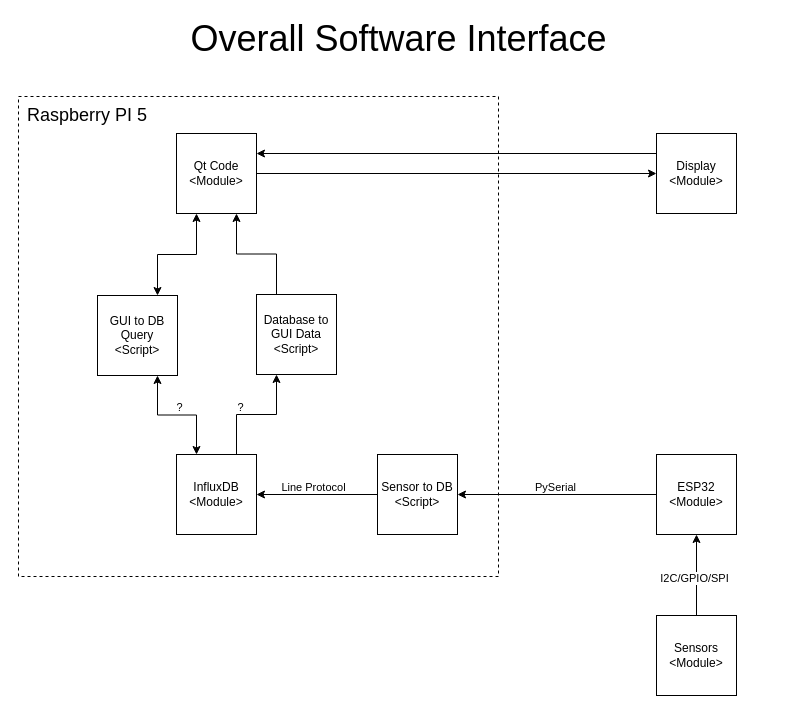
Above: diagrams/Overall_Software_Interface.drawio in martintara/kaffeknekt (draw.io), before the change. Source tidied: cells renumbered, new cells numbered last; positions are measured from the earlier drawing's top-left corner, leaving out a move shared by most shapes. Both pictures are drawn from the tidied source at 100%, with x=0, y=0 at pixel (17, 23).
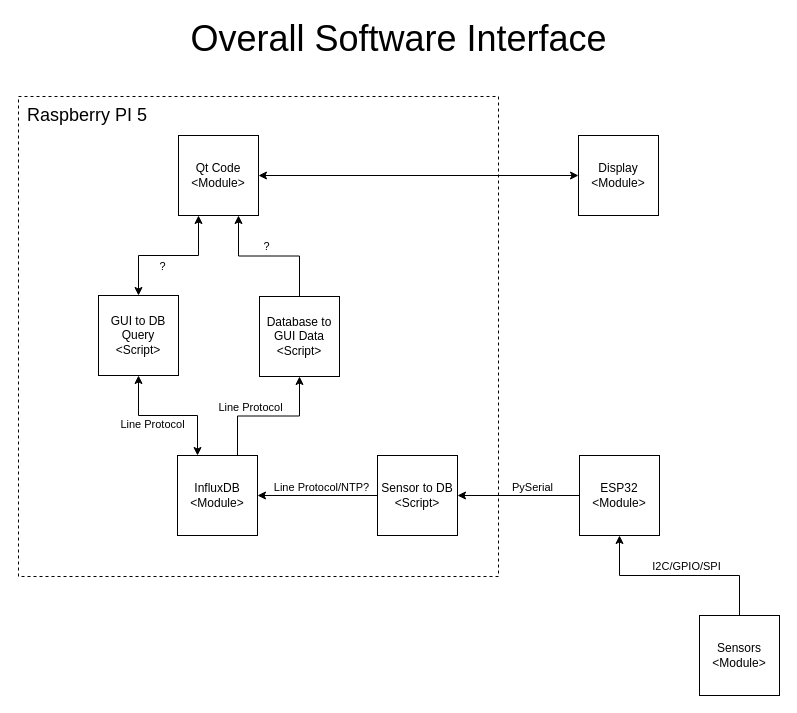
The same diagram, later.

The change refers to these unchanged cells:
```xml
<mxCell id="12" style="edgeStyle=orthogonalEdgeStyle;rounded=0;jettySize=auto;html=1;exitX=0.5;exitY=0;exitDx=0;exitDy=0;entryX=0.5;entryY=1;entryDx=0;entryDy=0;" parent="1" edge="1" source="14" target="11">
  <mxGeometry relative="1" as="geometry" />
</mxCell>
<mxCell id="17" style="edgeStyle=orthogonalEdgeStyle;rounded=0;jettySize=auto;html=1;exitX=0;exitY=0.5;exitDx=0;exitDy=0;entryX=1;entryY=0.5;entryDx=0;entryDy=0;" parent="1" edge="1" source="11" target="21">
  <mxGeometry relative="1" as="geometry" />
</mxCell>
<mxCell id="19" style="edgeStyle=orthogonalEdgeStyle;rounded=0;jettySize=auto;html=1;exitX=0;exitY=0.5;exitDx=0;exitDy=0;entryX=1;entryY=0.5;entryDx=0;entryDy=0;" parent="1" edge="1" source="21" target="6">
  <mxGeometry relative="1" as="geometry" />
</mxCell>
```

The edit, as a diff of the source:
```diff
@@
-    <mxCell id="4" style="edgeStyle=orthogonalEdgeStyle;rounded=0;jettySize=auto;html=1;exitX=0.75;exitY=0;exitDx=0;exitDy=0;entryX=0.25;entryY=1;entryDx=0;entryDy=0;" parent="1" edge="1" source="6" target="23">
+    <mxCell id="4" style="edgeStyle=orthogonalEdgeStyle;rounded=0;jettySize=auto;html=1;exitX=0.75;exitY=0;exitDx=0;exitDy=0;entryX=0.5;entryY=1;entryDx=0;entryDy=0;" parent="1" edge="1" source="6" target="23">
       <mxGeometry relative="1" as="geometry" />
     </mxCell>
-    <mxCell id="5" value="?" style="edgeLabel;html=1;align=center;verticalAlign=middle;" parent="4" vertex="1">
+    <mxCell id="5" value="Line Protocol" style="edgeLabel;html=1;align=center;verticalAlign=middle;" parent="4" vertex="1">
       <mxGeometry x="-0.18" y="1" relative="1" as="geometry">
-        <mxPoint x="-6" y="-7" as="offset" />
+        <mxPoint x="-6" y="-8" as="offset" />
       </mxGeometry>
     </mxCell>
     <mxCell id="6" value="InfluxDB&lt;br&gt;&amp;lt;Module&amp;gt;" style="whiteSpace=wrap;html=1;" parent="1" vertex="1">
-      <mxGeometry x="159" y="431" width="80" height="80" as="geometry" />
+      <mxGeometry x="160" y="432" width="80" height="80" as="geometry" />
     </mxCell>
-    <mxCell id="7" style="edgeStyle=orthogonalEdgeStyle;rounded=0;jettySize=auto;html=1;exitX=1;exitY=0.5;exitDx=0;exitDy=0;entryX=0;entryY=0.5;entryDx=0;entryDy=0;" parent="1" edge="1" source="9" target="16">
+    <mxCell id="7" style="edgeStyle=orthogonalEdgeStyle;rounded=0;jettySize=auto;html=1;exitX=1;exitY=0.5;exitDx=0;exitDy=0;entryX=0;entryY=0.5;entryDx=0;entryDy=0;startArrow=classic;startFill=1;" parent="1" edge="1" source="9" target="16">
       <mxGeometry relative="1" as="geometry" />
     </mxCell>
-    <mxCell id="8" style="edgeStyle=orthogonalEdgeStyle;rounded=0;jettySize=auto;html=1;exitX=0.25;exitY=1;exitDx=0;exitDy=0;entryX=0.75;entryY=0;entryDx=0;entryDy=0;startArrow=classic;startFill=1;" parent="1" edge="1" source="9" target="26">
+    <mxCell id="8" style="edgeStyle=orthogonalEdgeStyle;rounded=0;jettySize=auto;html=1;exitX=0.25;exitY=1;exitDx=0;exitDy=0;startArrow=classic;startFill=1;" parent="1" edge="1" source="9" target="26">
       <mxGeometry relative="1" as="geometry" />
     </mxCell>
+    <mxCell id="27" value="?" style="edgeLabel;html=1;align=center;verticalAlign=middle;" parent="8" vertex="1">
+      <mxGeometry x="0.12" y="-1" relative="1" as="geometry">
+        <mxPoint x="1" y="11" as="offset" />
+      </mxGeometry>
+    </mxCell>
     <mxCell id="9" value="Qt Code&lt;br&gt;&amp;lt;Module&amp;gt;" style="whiteSpace=wrap;html=1;" parent="1" vertex="1">
-      <mxGeometry x="159" y="110" width="80" height="80" as="geometry" />
+      <mxGeometry x="161" y="112" width="80" height="80" as="geometry" />
     </mxCell>
@@
     <mxCell id="11" value="ESP32&lt;br&gt;&amp;lt;Module&amp;gt;" style="whiteSpace=wrap;html=1;" parent="1" vertex="1">
-      <mxGeometry x="639" y="431" width="80" height="80" as="geometry" />
+      <mxGeometry x="562" y="432" width="80" height="80" as="geometry" />
     </mxCell>
@@
     <mxCell id="13" value="I2C/GPIO/SPI" style="edgeLabel;html=1;align=center;verticalAlign=middle;" parent="12" vertex="1">
-      <mxGeometry x="-0.06" y="3" relative="1" as="geometry" />
+      <mxGeometry x="-0.06" y="3" relative="1" as="geometry">
+        <mxPoint y="-13" as="offset" />
+      </mxGeometry>
     </mxCell>
     <mxCell id="14" value="Sensors&lt;br&gt;&amp;lt;Module&amp;gt;" style="whiteSpace=wrap;html=1;" parent="1" vertex="1">
-      <mxGeometry x="639" y="592" width="80" height="80" as="geometry" />
+      <mxGeometry x="682" y="592" width="80" height="80" as="geometry" />
     </mxCell>
-    <mxCell id="15" style="edgeStyle=orthogonalEdgeStyle;rounded=0;jettySize=auto;html=1;exitX=0;exitY=0.25;exitDx=0;exitDy=0;entryX=1;entryY=0.25;entryDx=0;entryDy=0;" parent="1" edge="1" source="16" target="9">
-      <mxGeometry relative="1" as="geometry" />
-    </mxCell>
     <mxCell id="16" value="Display&lt;br&gt;&amp;lt;Module&amp;gt;" style="whiteSpace=wrap;html=1;" parent="1" vertex="1">
-      <mxGeometry x="639" y="110" width="80" height="80" as="geometry" />
+      <mxGeometry x="561" y="112" width="80" height="80" as="geometry" />
     </mxCell>
@@
     <mxCell id="18" value="PySerial" style="edgeLabel;html=1;align=center;verticalAlign=middle;" parent="17" vertex="1">
       <mxGeometry x="-0.14" y="1" relative="1" as="geometry">
-        <mxPoint x="-16" y="-9" as="offset" />
+        <mxPoint x="4" y="-10" as="offset" />
       </mxGeometry>
     </mxCell>
@@
-    <mxCell id="20" value="Line Protocol" style="edgeLabel;html=1;align=center;verticalAlign=middle;" parent="19" vertex="1">
+    <mxCell id="20" value="Line Protocol/NTP?" style="edgeLabel;html=1;align=center;verticalAlign=middle;" parent="19" vertex="1">
       <mxGeometry x="0.26" y="-1" relative="1" as="geometry">
-        <mxPoint x="11" y="-7" as="offset" />
+        <mxPoint x="19" y="-8" as="offset" />
       </mxGeometry>
     </mxCell>
     <mxCell id="21" value="Sensor to DB&lt;br&gt;&amp;lt;Script&amp;gt;" style="whiteSpace=wrap;html=1;" parent="1" vertex="1">
-      <mxGeometry x="360" y="431" width="80" height="80" as="geometry" />
+      <mxGeometry x="360" y="432" width="80" height="80" as="geometry" />
     </mxCell>
-    <mxCell id="22" style="edgeStyle=orthogonalEdgeStyle;rounded=0;jettySize=auto;html=1;exitX=0.25;exitY=0;exitDx=0;exitDy=0;entryX=0.75;entryY=1;entryDx=0;entryDy=0;" parent="1" edge="1" source="23" target="9">
+    <mxCell id="22" style="edgeStyle=orthogonalEdgeStyle;rounded=0;jettySize=auto;html=1;exitX=0.5;exitY=0;exitDx=0;exitDy=0;entryX=0.75;entryY=1;entryDx=0;entryDy=0;" parent="1" edge="1" source="23" target="9">
       <mxGeometry relative="1" as="geometry" />
     </mxCell>
+    <mxCell id="28" value="?" style="edgeLabel;html=1;align=center;verticalAlign=middle;" parent="22" vertex="1">
+      <mxGeometry x="0.04" y="2" relative="1" as="geometry">
+        <mxPoint y="-12" as="offset" />
+      </mxGeometry>
+    </mxCell>
     <mxCell id="23" value="Database to GUI Data&lt;div&gt;&amp;lt;Script&amp;gt;&lt;/div&gt;" style="whiteSpace=wrap;html=1;" parent="1" vertex="1">
-      <mxGeometry x="239" y="271" width="80" height="80" as="geometry" />
+      <mxGeometry x="242" y="273" width="80" height="80" as="geometry" />
     </mxCell>
-    <mxCell id="24" style="edgeStyle=orthogonalEdgeStyle;rounded=0;jettySize=auto;html=1;exitX=0.75;exitY=1;exitDx=0;exitDy=0;entryX=0.25;entryY=0;entryDx=0;entryDy=0;startArrow=classic;startFill=1;" parent="1" edge="1" source="26" target="6">
+    <mxCell id="24" style="edgeStyle=orthogonalEdgeStyle;rounded=0;jettySize=auto;html=1;exitX=0.5;exitY=1;exitDx=0;exitDy=0;entryX=0.25;entryY=0;entryDx=0;entryDy=0;startArrow=classic;startFill=1;" parent="1" edge="1" source="26" target="6">
       <mxGeometry relative="1" as="geometry" />
     </mxCell>
-    <mxCell id="25" value="?" style="edgeLabel;html=1;align=center;verticalAlign=middle;" parent="24" vertex="1">
+    <mxCell id="25" value="Line Protocol" style="edgeLabel;html=1;align=center;verticalAlign=middle;" parent="24" vertex="1">
       <mxGeometry x="0.03" y="-1" relative="1" as="geometry">
-        <mxPoint y="-9" as="offset" />
+        <mxPoint x="-19" y="7" as="offset" />
       </mxGeometry>
     </mxCell>
     <mxCell id="26" value="GUI to DB Query&lt;br&gt;&amp;lt;Script&amp;gt;" style="whiteSpace=wrap;html=1;" parent="1" vertex="1">
-      <mxGeometry x="80" y="272" width="80" height="80" as="geometry" />
+      <mxGeometry x="81" y="272" width="80" height="80" as="geometry" />
     </mxCell>
```
